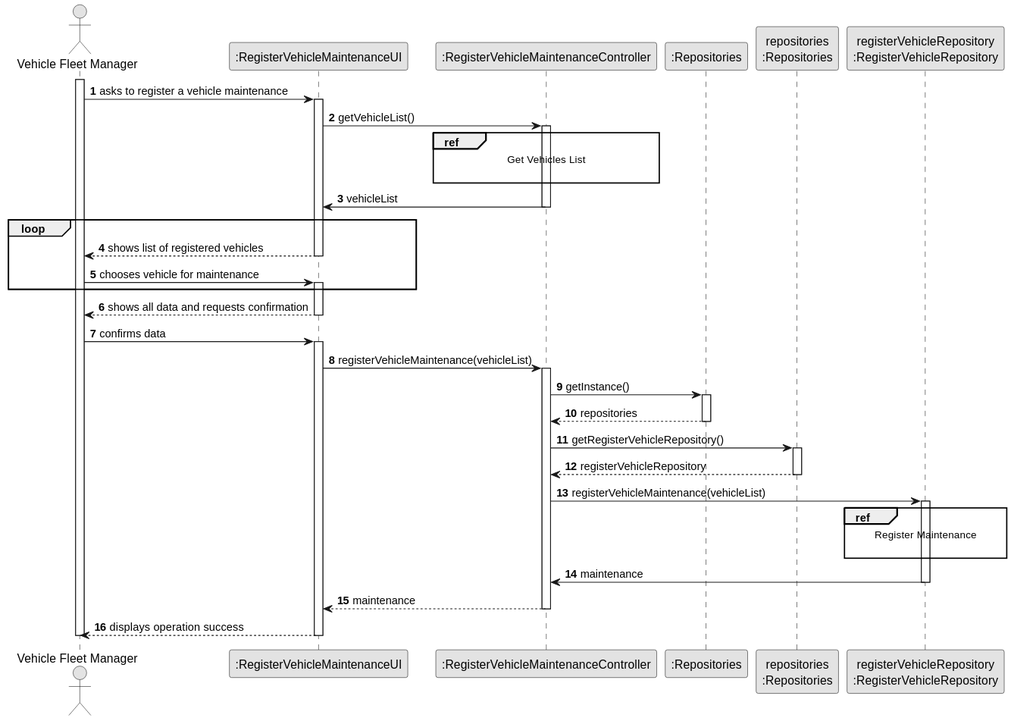
diogoveirospro/lei-24-s2-1dg-g072 keeps this PlantUML diagram as docs/sprintC/us007/03.design/svg/us007-sequence-diagram-split.svg. Above is the earlier version. The source it was exported from:
```plantuml
@startuml
skinparam monochrome true
skinparam packageStyle rectangle
skinparam shadowing false

autonumber

actor "Vehicle Fleet Manager" as ADM
participant ":RegisterVehicleMaintenanceUI" as UI
participant ":RegisterVehicleMaintenanceController" as CTRL
participant ":Repositories" as RepositorySingleton
participant "repositories\n:Repositories" as PLAT
participant "registerVehicleRepository\n:RegisterVehicleRepository" as RegisterVehicleRepository

activate ADM

        ADM -> UI : asks to register a vehicle maintenance

        activate UI
        UI -> CTRL : getVehicleList()
            activate CTRL
            ref over CTRL
                Get Vehicles List

            end ref
            CTRL -> UI : vehicleList
            deactivate CTRL

            loop
            UI --> ADM : shows list of registered vehicles
            deactivate UI

            ADM -> UI : chooses vehicle for maintenance
            activate UI
            end
            UI --> ADM : shows all data and requests confirmation
            deactivate UI
            ADM -> UI : confirms data
            activate UI
            UI -> CTRL : registerVehicleMaintenance(vehicleList)

            activate CTRL

                            CTRL -> RepositorySingleton : getInstance()
                            activate RepositorySingleton

                                RepositorySingleton --> CTRL: repositories
                            deactivate RepositorySingleton

                            CTRL -> PLAT : getRegisterVehicleRepository()
                            activate PLAT

                                PLAT --> CTRL: registerVehicleRepository
                            deactivate PLAT

                            CTRL -> RegisterVehicleRepository : registerVehicleMaintenance(vehicleList)
                            activate RegisterVehicleRepository

                            ref over RegisterVehicleRepository
                                Register Maintenance

                            end ref

                             RegisterVehicleRepository -> CTRL : maintenance

                            deactivate RegisterVehicleRepository
                            deactivate RegisterVehicleRepository


            CTRL --> UI: maintenance
            deactivate CTRL
            UI --> ADM: displays operation success
    deactivate UI

deactivate ADM
@enduml
```
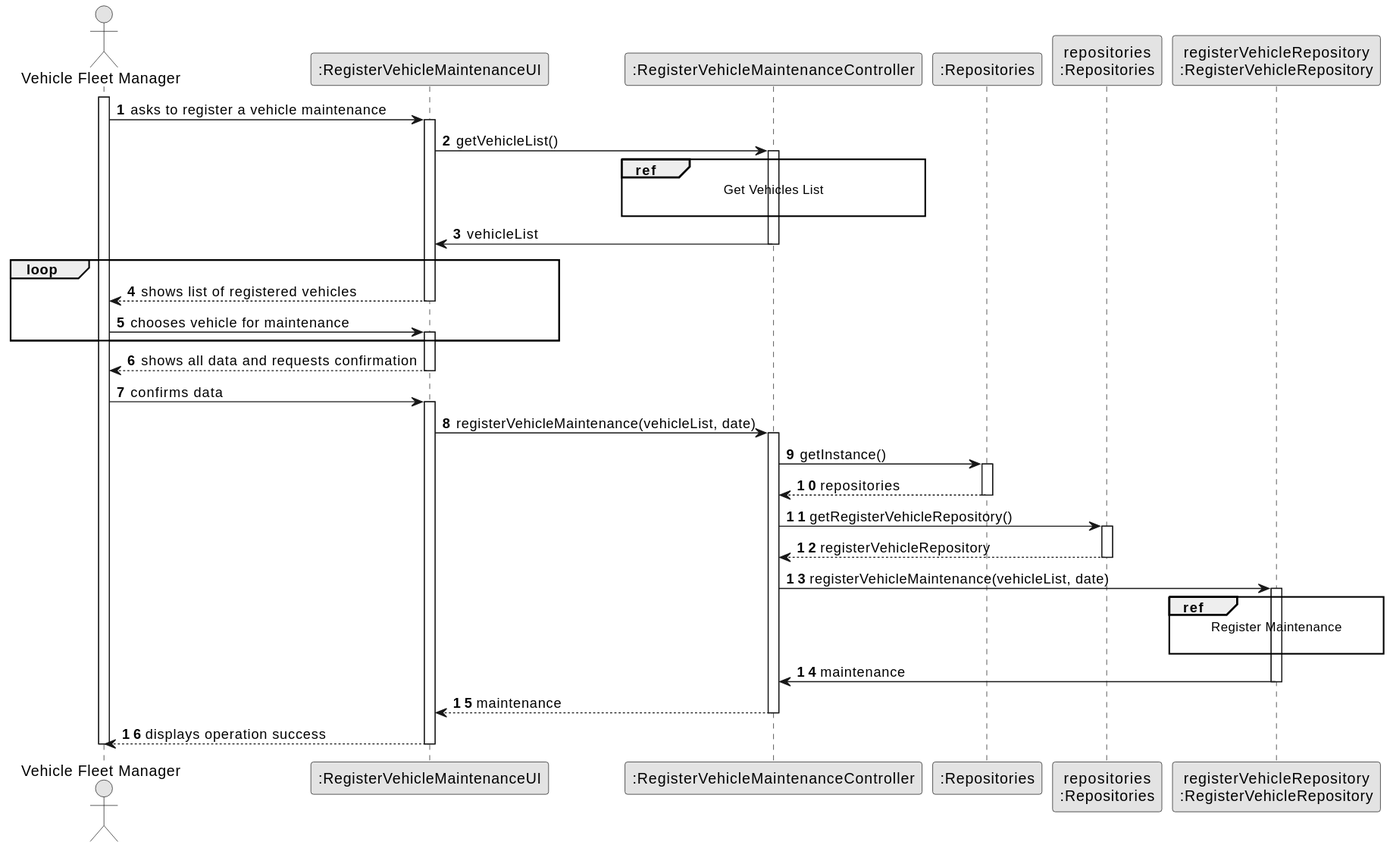
After the commit.

The edit, as a diff of the source:
```diff
@@ -37,7 +37,7 @@
             deactivate UI
             ADM -> UI : confirms data
             activate UI
-            UI -> CTRL : registerVehicleMaintenance(vehicleList)
+            UI -> CTRL : registerVehicleMaintenance(vehicleList, date)
 
             activate CTRL
 
@@ -53,7 +53,7 @@
                                 PLAT --> CTRL: registerVehicleRepository
                             deactivate PLAT
 
-                            CTRL -> RegisterVehicleRepository : registerVehicleMaintenance(vehicleList)
+                            CTRL -> RegisterVehicleRepository : registerVehicleMaintenance(vehicleList, date)
                             activate RegisterVehicleRepository
 
                             ref over RegisterVehicleRepository
```
